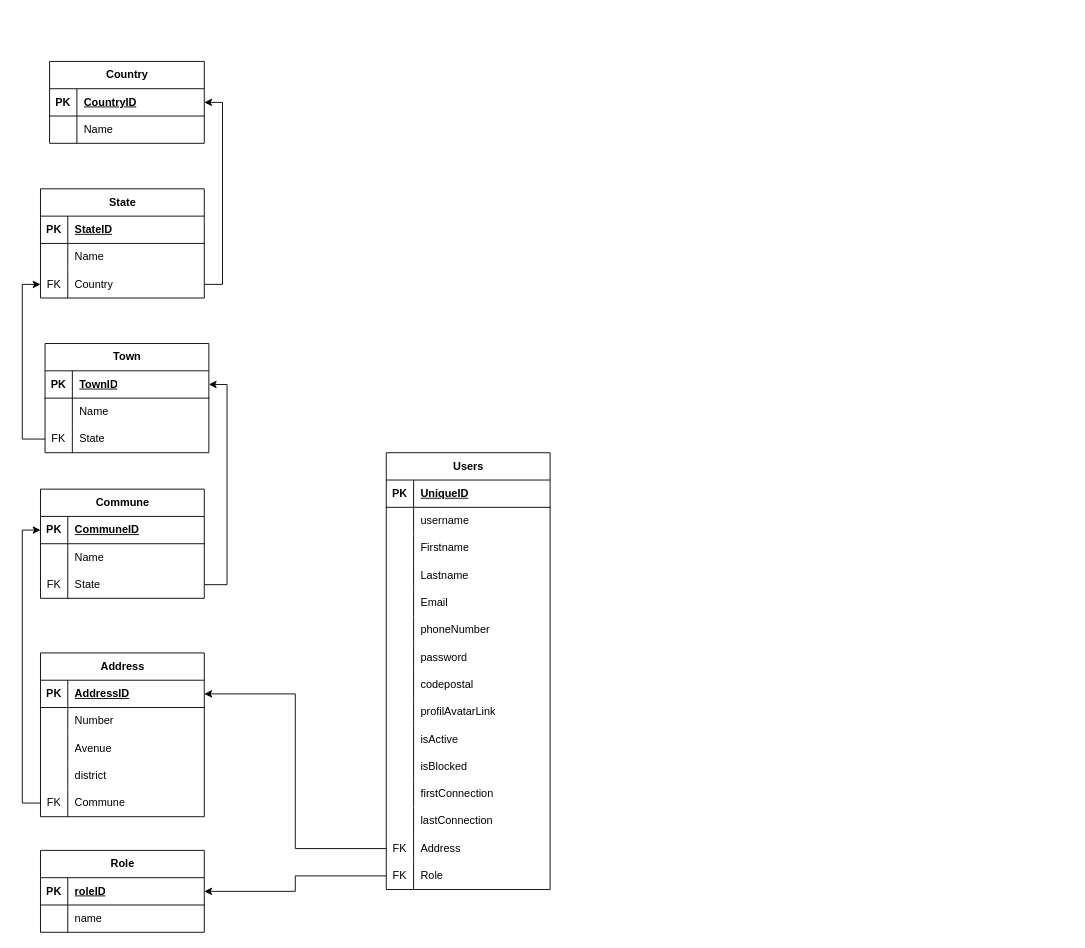
The draw.io diagram Tekango.drawio in internalTekango/3.0.tekango.template, before the edit. Source tidied: cells renumbered, new cells numbered last; positions are measured from the earlier drawing's top-left corner, leaving out a move shared by most shapes. Both pictures are drawn from the tidied source at 91%, with x=0, y=0 at pixel (40, 61).
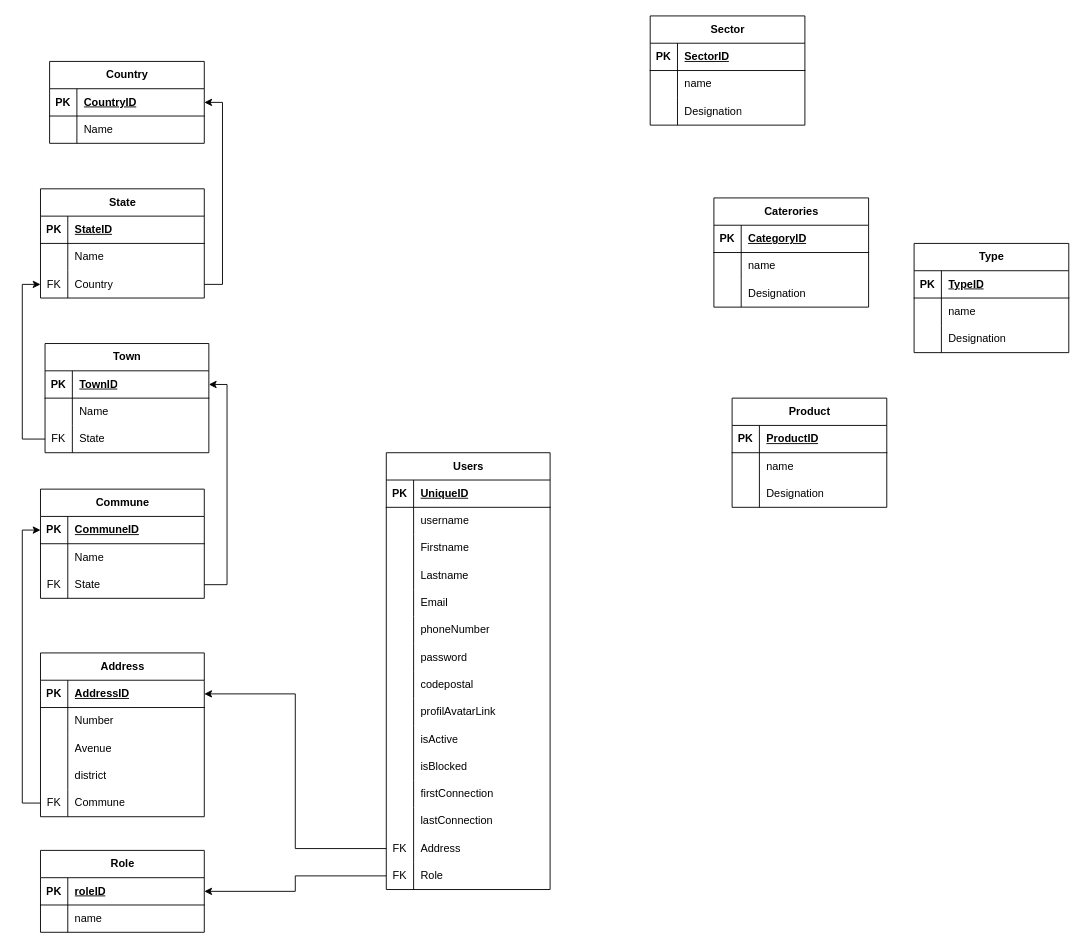
Above is the later version.

Commit message (it also covers changes not shown here):
Mettre à jour Tekango.drawio

What changed in the source:
```diff
@@
+    <mxCell id="114" value="Sector" style="shape=table;startSize=30;childLayout=tableLayout;rowLines=0;fontStyle=1;align=center;html=1;" parent="1" vertex="1">
+      <mxGeometry x="670" y="-50" width="170" height="120" as="geometry" />
+    </mxCell>
+    <mxCell id="115" style="shape=tableRow;horizontal=0;startSize=0;swimlaneHead=0;swimlaneBody=0;fillColor=none;top=0;left=0;right=0;bottom=1;" parent="114" vertex="1">
+      <mxGeometry y="30" width="170" height="30" as="geometry" />
+    </mxCell>
+    <mxCell id="116" value="PK" style="shape=partialRectangle;fillColor=none;top=0;left=0;bottom=0;right=0;fontStyle=1;overflow=hidden;whiteSpace=wrap;html=1;" parent="115" vertex="1">
+      <mxGeometry width="30" height="30" as="geometry" />
+    </mxCell>
+    <mxCell id="117" value="SectorID" style="shape=partialRectangle;fillColor=none;top=0;left=0;bottom=0;right=0;align=left;spacingLeft=6;fontStyle=5;overflow=hidden;whiteSpace=wrap;html=1;" parent="115" vertex="1">
+      <mxGeometry x="30" width="140" height="30" as="geometry" />
+    </mxCell>
+    <mxCell id="118" style="shape=tableRow;horizontal=0;startSize=0;swimlaneHead=0;swimlaneBody=0;fillColor=none;top=0;left=0;right=0;bottom=0;" parent="114" vertex="1">
+      <mxGeometry y="60" width="170" height="30" as="geometry" />
+    </mxCell>
+    <mxCell id="119" style="shape=partialRectangle;fillColor=none;top=0;left=0;bottom=0;right=0;overflow=hidden;whiteSpace=wrap;html=1;" parent="118" vertex="1">
+      <mxGeometry width="30" height="30" as="geometry" />
+    </mxCell>
+    <mxCell id="120" value="name" style="shape=partialRectangle;fillColor=none;top=0;left=0;bottom=0;right=0;align=left;spacingLeft=6;overflow=hidden;whiteSpace=wrap;html=1;" parent="118" vertex="1">
+      <mxGeometry x="30" width="140" height="30" as="geometry" />
+    </mxCell>
+    <mxCell id="121" style="shape=tableRow;horizontal=0;startSize=0;swimlaneHead=0;swimlaneBody=0;fillColor=none;top=0;left=0;right=0;bottom=0;" parent="114" vertex="1">
+      <mxGeometry y="90" width="170" height="30" as="geometry" />
+    </mxCell>
+    <mxCell id="122" style="shape=partialRectangle;fillColor=none;top=0;left=0;bottom=0;right=0;overflow=hidden;whiteSpace=wrap;html=1;" parent="121" vertex="1">
+      <mxGeometry width="30" height="30" as="geometry" />
+    </mxCell>
+    <mxCell id="123" value="Designation" style="shape=partialRectangle;fillColor=none;top=0;left=0;bottom=0;right=0;align=left;spacingLeft=6;overflow=hidden;whiteSpace=wrap;html=1;" parent="121" vertex="1">
+      <mxGeometry x="30" width="140" height="30" as="geometry" />
+    </mxCell>
+    <mxCell id="124" value="Caterories" style="shape=table;startSize=30;childLayout=tableLayout;rowLines=0;fontStyle=1;align=center;html=1;" parent="1" vertex="1">
+      <mxGeometry x="740" y="150" width="170" height="120" as="geometry" />
+    </mxCell>
+    <mxCell id="125" style="shape=tableRow;horizontal=0;startSize=0;swimlaneHead=0;swimlaneBody=0;fillColor=none;top=0;left=0;right=0;bottom=1;" parent="124" vertex="1">
+      <mxGeometry y="30" width="170" height="30" as="geometry" />
+    </mxCell>
+    <mxCell id="126" value="PK" style="shape=partialRectangle;fillColor=none;top=0;left=0;bottom=0;right=0;fontStyle=1;overflow=hidden;whiteSpace=wrap;html=1;" parent="125" vertex="1">
+      <mxGeometry width="30" height="30" as="geometry" />
+    </mxCell>
+    <mxCell id="127" value="CategoryID" style="shape=partialRectangle;fillColor=none;top=0;left=0;bottom=0;right=0;align=left;spacingLeft=6;fontStyle=5;overflow=hidden;whiteSpace=wrap;html=1;" parent="125" vertex="1">
+      <mxGeometry x="30" width="140" height="30" as="geometry" />
+    </mxCell>
+    <mxCell id="128" style="shape=tableRow;horizontal=0;startSize=0;swimlaneHead=0;swimlaneBody=0;fillColor=none;top=0;left=0;right=0;bottom=0;" parent="124" vertex="1">
+      <mxGeometry y="60" width="170" height="30" as="geometry" />
+    </mxCell>
+    <mxCell id="129" style="shape=partialRectangle;fillColor=none;top=0;left=0;bottom=0;right=0;overflow=hidden;whiteSpace=wrap;html=1;" parent="128" vertex="1">
+      <mxGeometry width="30" height="30" as="geometry" />
+    </mxCell>
+    <mxCell id="130" value="name" style="shape=partialRectangle;fillColor=none;top=0;left=0;bottom=0;right=0;align=left;spacingLeft=6;overflow=hidden;whiteSpace=wrap;html=1;" parent="128" vertex="1">
+      <mxGeometry x="30" width="140" height="30" as="geometry" />
+    </mxCell>
+    <mxCell id="131" style="shape=tableRow;horizontal=0;startSize=0;swimlaneHead=0;swimlaneBody=0;fillColor=none;top=0;left=0;right=0;bottom=0;" parent="124" vertex="1">
+      <mxGeometry y="90" width="170" height="30" as="geometry" />
+    </mxCell>
+    <mxCell id="132" style="shape=partialRectangle;fillColor=none;top=0;left=0;bottom=0;right=0;overflow=hidden;whiteSpace=wrap;html=1;" parent="131" vertex="1">
+      <mxGeometry width="30" height="30" as="geometry" />
+    </mxCell>
+    <mxCell id="133" value="Designation" style="shape=partialRectangle;fillColor=none;top=0;left=0;bottom=0;right=0;align=left;spacingLeft=6;overflow=hidden;whiteSpace=wrap;html=1;" parent="131" vertex="1">
+      <mxGeometry x="30" width="140" height="30" as="geometry" />
+    </mxCell>
+    <mxCell id="134" value="Type" style="shape=table;startSize=30;childLayout=tableLayout;rowLines=0;fontStyle=1;align=center;html=1;" parent="1" vertex="1">
+      <mxGeometry x="960" y="200" width="170" height="120" as="geometry" />
+    </mxCell>
+    <mxCell id="135" style="shape=tableRow;horizontal=0;startSize=0;swimlaneHead=0;swimlaneBody=0;fillColor=none;top=0;left=0;right=0;bottom=1;" parent="134" vertex="1">
+      <mxGeometry y="30" width="170" height="30" as="geometry" />
+    </mxCell>
+    <mxCell id="136" value="PK" style="shape=partialRectangle;fillColor=none;top=0;left=0;bottom=0;right=0;fontStyle=1;overflow=hidden;whiteSpace=wrap;html=1;" parent="135" vertex="1">
+      <mxGeometry width="30" height="30" as="geometry" />
+    </mxCell>
+    <mxCell id="137" value="TypeID" style="shape=partialRectangle;fillColor=none;top=0;left=0;bottom=0;right=0;align=left;spacingLeft=6;fontStyle=5;overflow=hidden;whiteSpace=wrap;html=1;" parent="135" vertex="1">
+      <mxGeometry x="30" width="140" height="30" as="geometry" />
+    </mxCell>
+    <mxCell id="138" style="shape=tableRow;horizontal=0;startSize=0;swimlaneHead=0;swimlaneBody=0;fillColor=none;top=0;left=0;right=0;bottom=0;" parent="134" vertex="1">
+      <mxGeometry y="60" width="170" height="30" as="geometry" />
+    </mxCell>
+    <mxCell id="139" style="shape=partialRectangle;fillColor=none;top=0;left=0;bottom=0;right=0;overflow=hidden;whiteSpace=wrap;html=1;" parent="138" vertex="1">
+      <mxGeometry width="30" height="30" as="geometry" />
+    </mxCell>
+    <mxCell id="140" value="name" style="shape=partialRectangle;fillColor=none;top=0;left=0;bottom=0;right=0;align=left;spacingLeft=6;overflow=hidden;whiteSpace=wrap;html=1;" parent="138" vertex="1">
+      <mxGeometry x="30" width="140" height="30" as="geometry" />
+    </mxCell>
+    <mxCell id="141" style="shape=tableRow;horizontal=0;startSize=0;swimlaneHead=0;swimlaneBody=0;fillColor=none;top=0;left=0;right=0;bottom=0;" parent="134" vertex="1">
+      <mxGeometry y="90" width="170" height="30" as="geometry" />
+    </mxCell>
+    <mxCell id="142" style="shape=partialRectangle;fillColor=none;top=0;left=0;bottom=0;right=0;overflow=hidden;whiteSpace=wrap;html=1;" parent="141" vertex="1">
+      <mxGeometry width="30" height="30" as="geometry" />
+    </mxCell>
+    <mxCell id="143" value="Designation" style="shape=partialRectangle;fillColor=none;top=0;left=0;bottom=0;right=0;align=left;spacingLeft=6;overflow=hidden;whiteSpace=wrap;html=1;" parent="141" vertex="1">
+      <mxGeometry x="30" width="140" height="30" as="geometry" />
+    </mxCell>
+    <mxCell id="144" value="Product" style="shape=table;startSize=30;childLayout=tableLayout;rowLines=0;fontStyle=1;align=center;html=1;" parent="1" vertex="1">
+      <mxGeometry x="760" y="370" width="170" height="120" as="geometry" />
+    </mxCell>
+    <mxCell id="145" style="shape=tableRow;horizontal=0;startSize=0;swimlaneHead=0;swimlaneBody=0;fillColor=none;top=0;left=0;right=0;bottom=1;" parent="144" vertex="1">
+      <mxGeometry y="30" width="170" height="30" as="geometry" />
+    </mxCell>
+    <mxCell id="146" value="PK" style="shape=partialRectangle;fillColor=none;top=0;left=0;bottom=0;right=0;fontStyle=1;overflow=hidden;whiteSpace=wrap;html=1;" parent="145" vertex="1">
+      <mxGeometry width="30" height="30" as="geometry" />
+    </mxCell>
+    <mxCell id="147" value="ProductID" style="shape=partialRectangle;fillColor=none;top=0;left=0;bottom=0;right=0;align=left;spacingLeft=6;fontStyle=5;overflow=hidden;whiteSpace=wrap;html=1;" parent="145" vertex="1">
+      <mxGeometry x="30" width="140" height="30" as="geometry" />
+    </mxCell>
+    <mxCell id="148" style="shape=tableRow;horizontal=0;startSize=0;swimlaneHead=0;swimlaneBody=0;fillColor=none;top=0;left=0;right=0;bottom=0;" parent="144" vertex="1">
+      <mxGeometry y="60" width="170" height="30" as="geometry" />
+    </mxCell>
+    <mxCell id="149" style="shape=partialRectangle;fillColor=none;top=0;left=0;bottom=0;right=0;overflow=hidden;whiteSpace=wrap;html=1;" parent="148" vertex="1">
+      <mxGeometry width="30" height="30" as="geometry" />
+    </mxCell>
+    <mxCell id="150" value="name" style="shape=partialRectangle;fillColor=none;top=0;left=0;bottom=0;right=0;align=left;spacingLeft=6;overflow=hidden;whiteSpace=wrap;html=1;" parent="148" vertex="1">
+      <mxGeometry x="30" width="140" height="30" as="geometry" />
+    </mxCell>
+    <mxCell id="151" style="shape=tableRow;horizontal=0;startSize=0;swimlaneHead=0;swimlaneBody=0;fillColor=none;top=0;left=0;right=0;bottom=0;" parent="144" vertex="1">
+      <mxGeometry y="90" width="170" height="30" as="geometry" />
+    </mxCell>
+    <mxCell id="152" style="shape=partialRectangle;fillColor=none;top=0;left=0;bottom=0;right=0;overflow=hidden;whiteSpace=wrap;html=1;" parent="151" vertex="1">
+      <mxGeometry width="30" height="30" as="geometry" />
+    </mxCell>
+    <mxCell id="153" value="Designation" style="shape=partialRectangle;fillColor=none;top=0;left=0;bottom=0;right=0;align=left;spacingLeft=6;overflow=hidden;whiteSpace=wrap;html=1;" parent="151" vertex="1">
+      <mxGeometry x="30" width="140" height="30" as="geometry" />
+    </mxCell>
```
